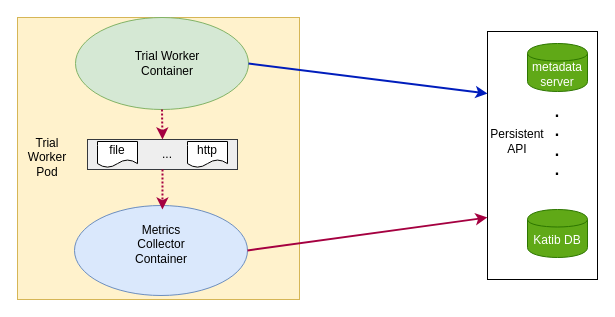
Earlier version of the draw.io diagram katib metrics.drawio (hougangliu/chart). Source tidied: cells renumbered, new cells numbered last; positions are measured from the earlier drawing's top-left corner, leaving out a move shared by most shapes. Both pictures are drawn from the tidied source at 100%, with x=0, y=0 at pixel (17, 17).
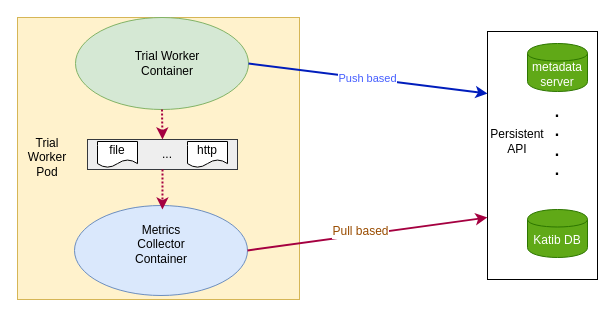
Above is the later version.

The change refers to these unchanged cells:
```xml
<mxCell id="4" style="rounded=0;whiteSpace=wrap;html=1;" parent="1" vertex="1">
  <mxGeometry x="470" y="14" width="110" height="248" as="geometry" />
</mxCell>
<mxCell id="5" style="ellipse;whiteSpace=wrap;html=1;fillColor=#d5e8d4;strokeColor=#82b366;" parent="1" vertex="1">
  <mxGeometry x="58" width="173" height="92" as="geometry" />
</mxCell>
<mxCell id="13" style="endArrow=classic;html=1;exitX=1;exitY=0.5;exitDx=0;exitDy=0;entryX=0;entryY=0.75;entryDx=0;entryDy=0;fillColor=#d80073;strokeColor=#A50040;strokeWidth=2;" parent="1" edge="1" source="6" target="4">
  <mxGeometry relative="1" as="geometry" />
</mxCell>
```

What changed in the source:
```diff
@@
-    <mxCell id="12" style="endArrow=classic;html=1;exitX=1;exitY=0.5;exitDx=0;exitDy=0;entryX=0;entryY=0.25;entryDx=0;entryDy=0;fillColor=#0050ef;strokeColor=#001DBC;strokeWidth=2;" parent="1" edge="1" source="5" target="4">
+    <mxCell id="12" value="&lt;font color=&quot;#455eff&quot;&gt;Push based&lt;/font&gt;" style="endArrow=classic;html=1;exitX=1;exitY=0.5;exitDx=0;exitDy=0;entryX=0;entryY=0.25;entryDx=0;entryDy=0;fillColor=#0050ef;strokeColor=#001DBC;strokeWidth=2;" parent="1" edge="1" source="5" target="4">
       <mxGeometry relative="1" as="geometry" />
     </mxCell>
@@
+    <mxCell id="21" value="&lt;font color=&quot;#994c00&quot;&gt;Pull based&lt;/font&gt;" style="text;html=1;align=center;verticalAlign=middle;labelBackgroundColor=#ffffff;" parent="13" vertex="1">
+      <mxGeometry x="-0.06" y="4" relative="1" as="geometry" />
+    </mxCell>
```
